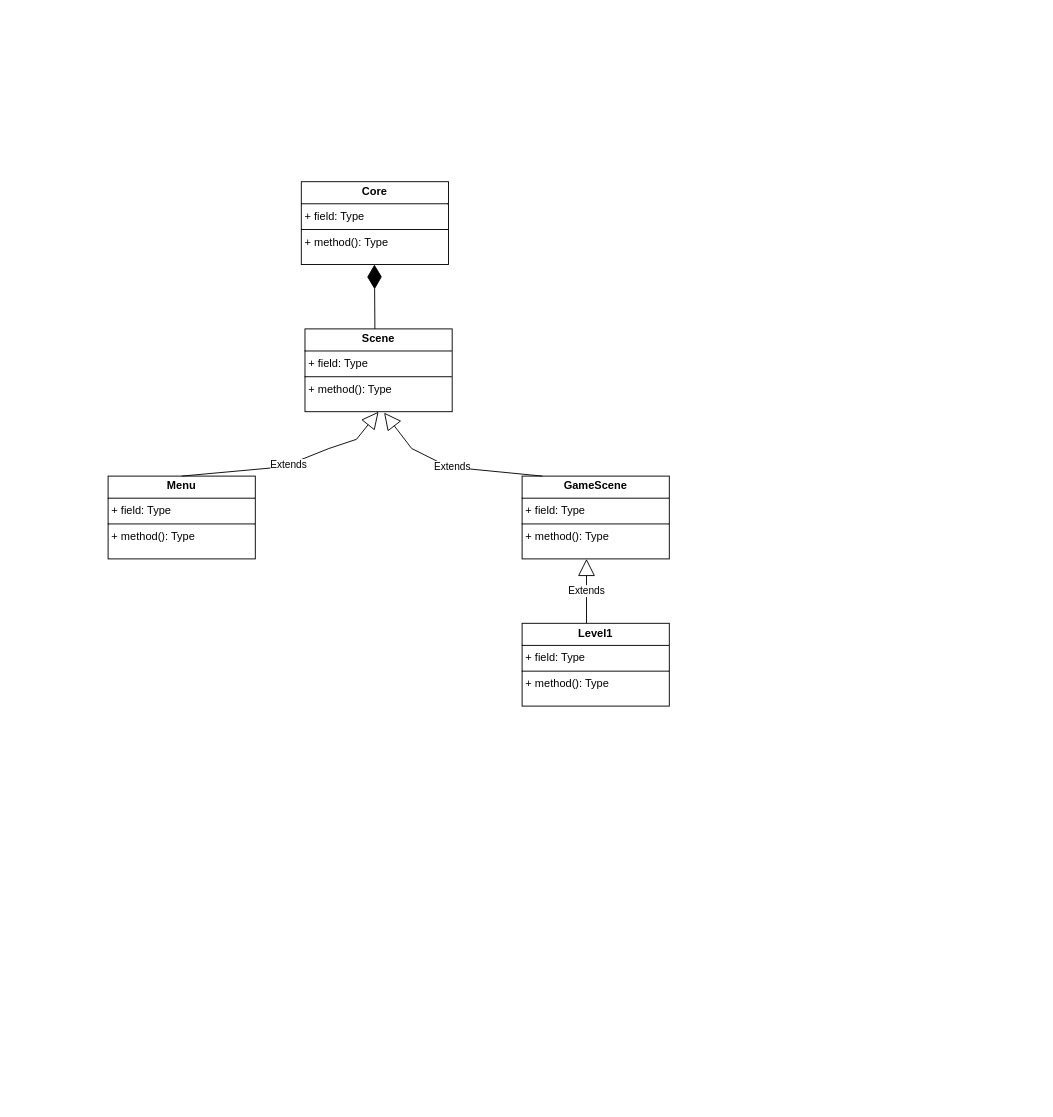
Earlier version of the draw.io diagram page "Scene" (1 of 6) of Diagramme sans nom.drawio (Bird120/FlightToHFT). Source tidied: cells renumbered, new cells numbered last; positions are measured from the earlier drawing's top-left corner, leaving out a move shared by most shapes. Both pictures are drawn from the tidied source at 92%, with x=0, y=0 at pixel (108, 181).
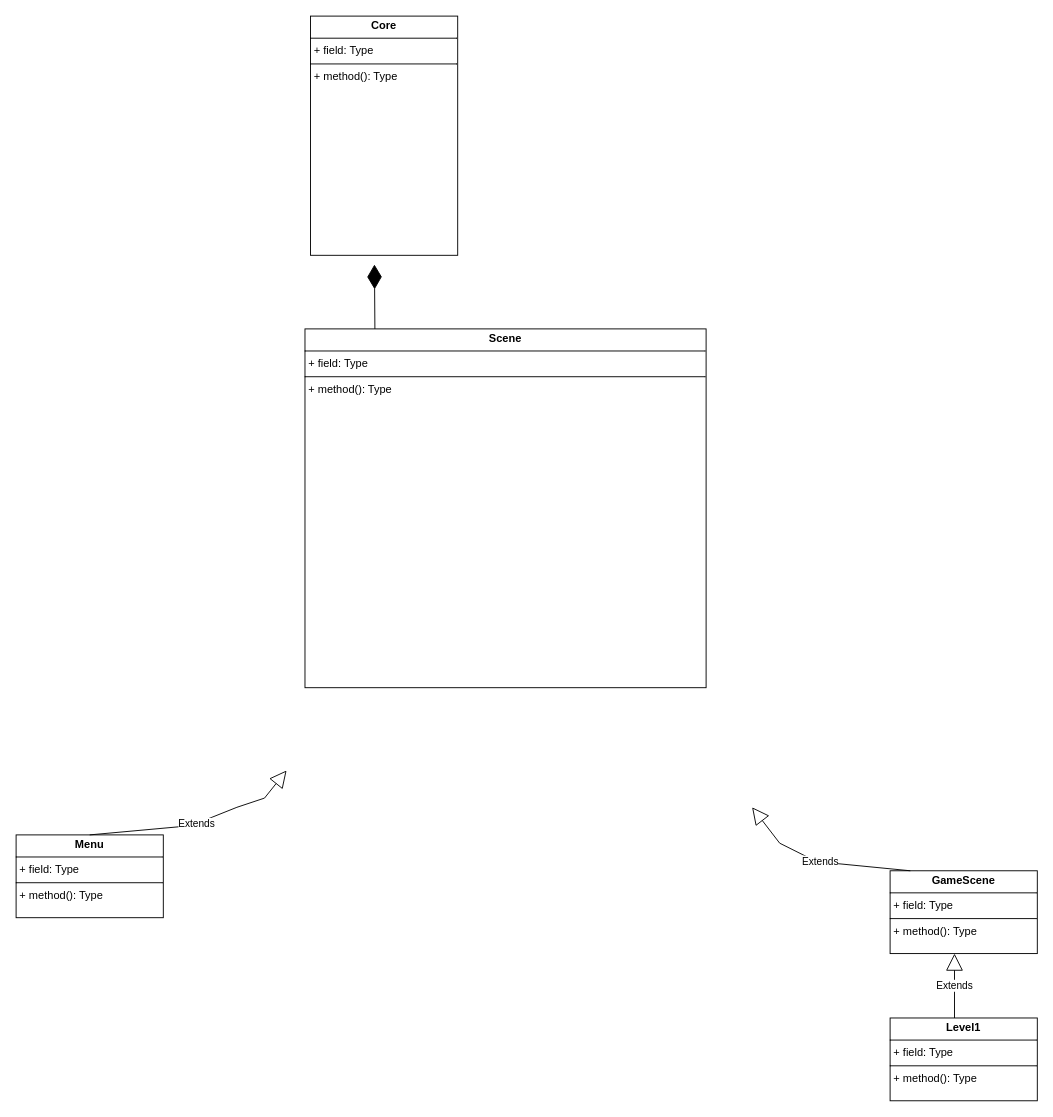
Above is the later version.

Change to the diagram source:
```diff
@@
 <mxGraphModel>
   <root>
     <mxCell id="0" />
     <mxCell id="1" parent="0" />
     <mxCell id="2" value="&lt;p style=&quot;margin:0px;margin-top:4px;text-align:center;&quot;&gt;&lt;b&gt;Core&lt;/b&gt;&lt;/p&gt;&lt;hr size=&quot;1&quot; style=&quot;border-style:solid;&quot;&gt;&lt;p style=&quot;margin:0px;margin-left:4px;&quot;&gt;+ field: Type&lt;/p&gt;&lt;hr size=&quot;1&quot; style=&quot;border-style:solid;&quot;&gt;&lt;p style=&quot;margin:0px;margin-left:4px;&quot;&gt;+ method(): Type&lt;/p&gt;" style="verticalAlign=top;align=left;overflow=fill;html=1;whiteSpace=wrap;" parent="1" vertex="1">
-      <mxGeometry x="210" width="160" height="90" as="geometry" />
+      <mxGeometry x="220" y="-180" width="160" height="260" as="geometry" />
     </mxCell>
     <mxCell id="3" value="&lt;p style=&quot;margin:0px;margin-top:4px;text-align:center;&quot;&gt;&lt;b&gt;Scene&lt;/b&gt;&lt;/p&gt;&lt;hr size=&quot;1&quot; style=&quot;border-style:solid;&quot;&gt;&lt;p style=&quot;margin:0px;margin-left:4px;&quot;&gt;+ field: Type&lt;/p&gt;&lt;hr size=&quot;1&quot; style=&quot;border-style:solid;&quot;&gt;&lt;p style=&quot;margin:0px;margin-left:4px;&quot;&gt;+ method(): Type&lt;/p&gt;" style="verticalAlign=top;align=left;overflow=fill;html=1;whiteSpace=wrap;" parent="1" vertex="1">
-      <mxGeometry x="214" y="160" width="160" height="90" as="geometry" />
+      <mxGeometry x="214" y="160" width="436" height="390" as="geometry" />
     </mxCell>
+    <mxCell id="8" style="endArrow=diamondThin;endFill=1;endSize=24;html=1;rounded=0;" parent="1" edge="1">
+      <mxGeometry relative="1" as="geometry">
+        <mxPoint x="290" y="160" as="sourcePoint" />
+        <mxPoint x="289.5" y="90" as="targetPoint" />
+      </mxGeometry>
+    </mxCell>
+    <mxCell id="11" style="group;" parent="1" vertex="1">
+      <mxGeometry x="-100" y="640" width="294" height="160" as="geometry" />
+    </mxCell>
+    <mxCell id="6" value="&lt;p style=&quot;margin:0px;margin-top:4px;text-align:center;&quot;&gt;&lt;b&gt;Menu&lt;/b&gt;&lt;/p&gt;&lt;hr size=&quot;1&quot; style=&quot;border-style:solid;&quot;&gt;&lt;p style=&quot;margin:0px;margin-left:4px;&quot;&gt;+ field: Type&lt;/p&gt;&lt;hr size=&quot;1&quot; style=&quot;border-style:solid;&quot;&gt;&lt;p style=&quot;margin:0px;margin-left:4px;&quot;&gt;+ method(): Type&lt;/p&gt;" style="verticalAlign=top;align=left;overflow=fill;html=1;whiteSpace=wrap;" parent="11" vertex="1">
+      <mxGeometry y="70" width="160" height="90" as="geometry" />
+    </mxCell>
+    <mxCell id="7" value="Extends" style="endArrow=block;endSize=16;endFill=0;html=1;rounded=0;entryX=0.5;entryY=1;entryDx=0;entryDy=0;exitX=0.5;exitY=0;exitDx=0;exitDy=0;" parent="11" edge="1">
+      <mxGeometry relative="1" as="geometry">
+        <mxPoint x="80" y="70" as="sourcePoint" />
+        <mxPoint x="294" as="targetPoint" />
+        <Array as="points">
+          <mxPoint x="190" y="60" />
+          <mxPoint x="240" y="40" />
+          <mxPoint x="270" y="30" />
+        </Array>
+      </mxGeometry>
+    </mxCell>
+    <mxCell id="12" style="group;" parent="1" vertex="1">
+      <mxGeometry x="700" y="680" width="310" height="319" as="geometry" />
+    </mxCell>
-    <mxCell id="4" value="&lt;p style=&quot;margin:0px;margin-top:4px;text-align:center;&quot;&gt;&lt;b&gt;GameScene&lt;/b&gt;&lt;/p&gt;&lt;hr size=&quot;1&quot; style=&quot;border-style:solid;&quot;&gt;&lt;p style=&quot;margin:0px;margin-left:4px;&quot;&gt;+ field: Type&lt;/p&gt;&lt;hr size=&quot;1&quot; style=&quot;border-style:solid;&quot;&gt;&lt;p style=&quot;margin:0px;margin-left:4px;&quot;&gt;+ method(): Type&lt;/p&gt;" style="verticalAlign=top;align=left;overflow=fill;html=1;whiteSpace=wrap;" parent="1" vertex="1">
-      <mxGeometry x="450" y="320" width="160" height="90" as="geometry" />
+    <mxCell id="4" value="&lt;p style=&quot;margin:0px;margin-top:4px;text-align:center;&quot;&gt;&lt;b&gt;GameScene&lt;/b&gt;&lt;/p&gt;&lt;hr size=&quot;1&quot; style=&quot;border-style:solid;&quot;&gt;&lt;p style=&quot;margin:0px;margin-left:4px;&quot;&gt;+ field: Type&lt;/p&gt;&lt;hr size=&quot;1&quot; style=&quot;border-style:solid;&quot;&gt;&lt;p style=&quot;margin:0px;margin-left:4px;&quot;&gt;+ method(): Type&lt;/p&gt;" style="verticalAlign=top;align=left;overflow=fill;html=1;whiteSpace=wrap;" parent="12" vertex="1">
+      <mxGeometry x="150" y="69" width="160" height="90" as="geometry" />
     </mxCell>
-    <mxCell id="5" value="&lt;p style=&quot;margin:0px;margin-top:4px;text-align:center;&quot;&gt;&lt;b&gt;Level1&lt;/b&gt;&lt;/p&gt;&lt;hr size=&quot;1&quot; style=&quot;border-style:solid;&quot;&gt;&lt;p style=&quot;margin:0px;margin-left:4px;&quot;&gt;+ field: Type&lt;/p&gt;&lt;hr size=&quot;1&quot; style=&quot;border-style:solid;&quot;&gt;&lt;p style=&quot;margin:0px;margin-left:4px;&quot;&gt;+ method(): Type&lt;/p&gt;" style="verticalAlign=top;align=left;overflow=fill;html=1;whiteSpace=wrap;" parent="1" vertex="1">
-      <mxGeometry x="450" y="480" width="160" height="90" as="geometry" />
+    <mxCell id="5" value="&lt;p style=&quot;margin:0px;margin-top:4px;text-align:center;&quot;&gt;&lt;b&gt;Level1&lt;/b&gt;&lt;/p&gt;&lt;hr size=&quot;1&quot; style=&quot;border-style:solid;&quot;&gt;&lt;p style=&quot;margin:0px;margin-left:4px;&quot;&gt;+ field: Type&lt;/p&gt;&lt;hr size=&quot;1&quot; style=&quot;border-style:solid;&quot;&gt;&lt;p style=&quot;margin:0px;margin-left:4px;&quot;&gt;+ method(): Type&lt;/p&gt;" style="verticalAlign=top;align=left;overflow=fill;html=1;whiteSpace=wrap;" parent="12" vertex="1">
+      <mxGeometry x="150" y="229" width="160" height="90" as="geometry" />
     </mxCell>
-    <mxCell id="6" value="&lt;p style=&quot;margin:0px;margin-top:4px;text-align:center;&quot;&gt;&lt;b&gt;Menu&lt;/b&gt;&lt;/p&gt;&lt;hr size=&quot;1&quot; style=&quot;border-style:solid;&quot;&gt;&lt;p style=&quot;margin:0px;margin-left:4px;&quot;&gt;+ field: Type&lt;/p&gt;&lt;hr size=&quot;1&quot; style=&quot;border-style:solid;&quot;&gt;&lt;p style=&quot;margin:0px;margin-left:4px;&quot;&gt;+ method(): Type&lt;/p&gt;" style="verticalAlign=top;align=left;overflow=fill;html=1;whiteSpace=wrap;" parent="1" vertex="1">
-      <mxGeometry y="320" width="160" height="90" as="geometry" />
-    </mxCell>
-    <mxCell id="7" value="Extends" style="endArrow=block;endSize=16;endFill=0;html=1;rounded=0;entryX=0.5;entryY=1;entryDx=0;entryDy=0;exitX=0.5;exitY=0;exitDx=0;exitDy=0;" parent="1" edge="1">
-      <mxGeometry relative="1" as="geometry">
-        <mxPoint x="80" y="320" as="sourcePoint" />
-        <mxPoint x="294" y="250" as="targetPoint" />
-        <Array as="points">
-          <mxPoint x="190" y="310" />
-          <mxPoint x="240" y="290" />
-          <mxPoint x="270" y="280" />
-        </Array>
-      </mxGeometry>
-    </mxCell>
-    <mxCell id="8" style="endArrow=diamondThin;endFill=1;endSize=24;html=1;rounded=0;" parent="1" edge="1">
-      <mxGeometry relative="1" as="geometry">
-        <mxPoint x="290" y="160" as="sourcePoint" />
-        <mxPoint x="289.5" y="90" as="targetPoint" />
-      </mxGeometry>
-    </mxCell>
-    <mxCell id="9" value="Extends" style="endArrow=block;endSize=16;endFill=0;html=1;rounded=0;exitX=0.45;exitY=-0.011;exitDx=0;exitDy=0;exitPerimeter=0;" parent="1" edge="1">
+    <mxCell id="9" value="Extends" style="endArrow=block;endSize=16;endFill=0;html=1;rounded=0;exitX=0.45;exitY=-0.011;exitDx=0;exitDy=0;exitPerimeter=0;" parent="12" edge="1">
       <mxGeometry relative="1" as="geometry">
-        <mxPoint x="472" y="320" as="sourcePoint" />
-        <mxPoint x="300" y="251" as="targetPoint" />
+        <mxPoint x="172" y="69" as="sourcePoint" />
+        <mxPoint as="targetPoint" />
         <Array as="points">
-          <mxPoint x="370" y="310" />
-          <mxPoint x="330" y="290" />
+          <mxPoint x="70" y="59" />
+          <mxPoint x="30" y="39" />
         </Array>
       </mxGeometry>
     </mxCell>
-    <mxCell id="10" value="Extends" style="endArrow=block;endSize=16;endFill=0;html=1;rounded=0;" parent="1" edge="1">
+    <mxCell id="10" value="Extends" style="endArrow=block;endSize=16;endFill=0;html=1;rounded=0;" parent="12" edge="1">
       <mxGeometry relative="1" as="geometry">
-        <mxPoint x="520" y="480" as="sourcePoint" />
-        <mxPoint x="520" y="410" as="targetPoint" />
+        <mxPoint x="220" y="229" as="sourcePoint" />
+        <mxPoint x="220" y="159" as="targetPoint" />
       </mxGeometry>
     </mxCell>
   </root>
 </mxGraphModel>
```
